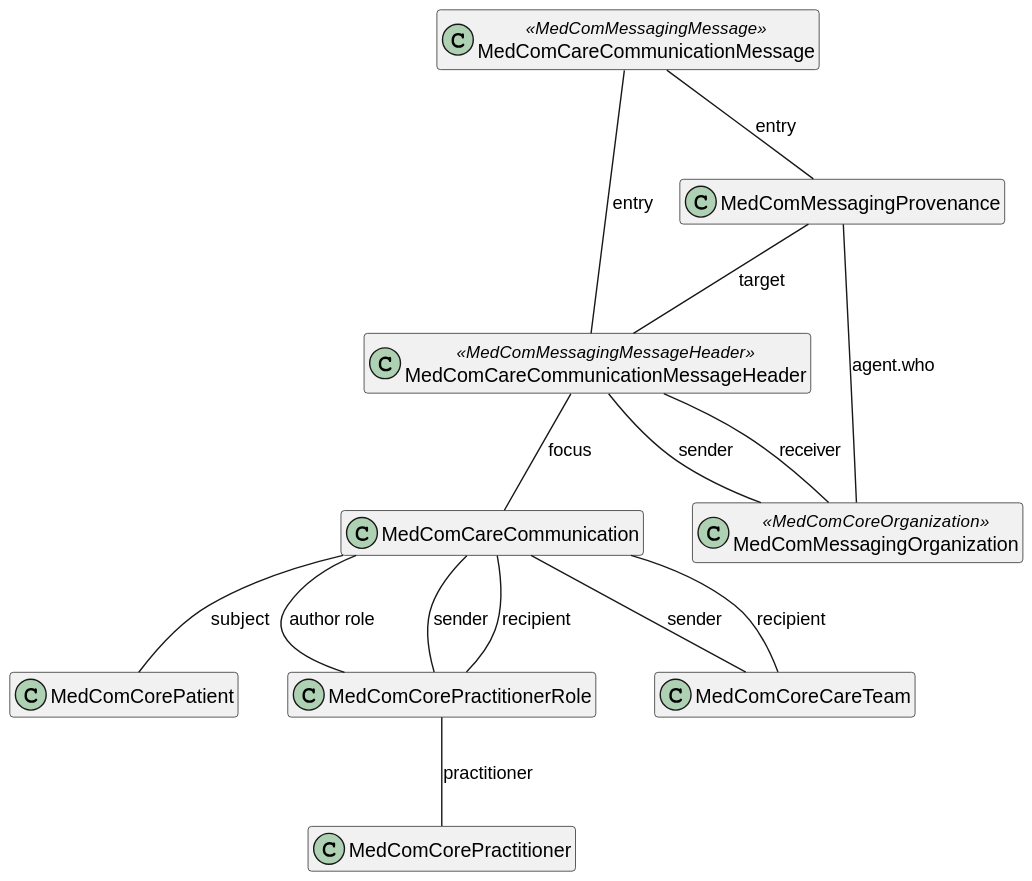
Earlier version of the PlantUML export input/images/carecommunication/CareCommunication.svg (medcomdk/dk-medcom-carecommunication).
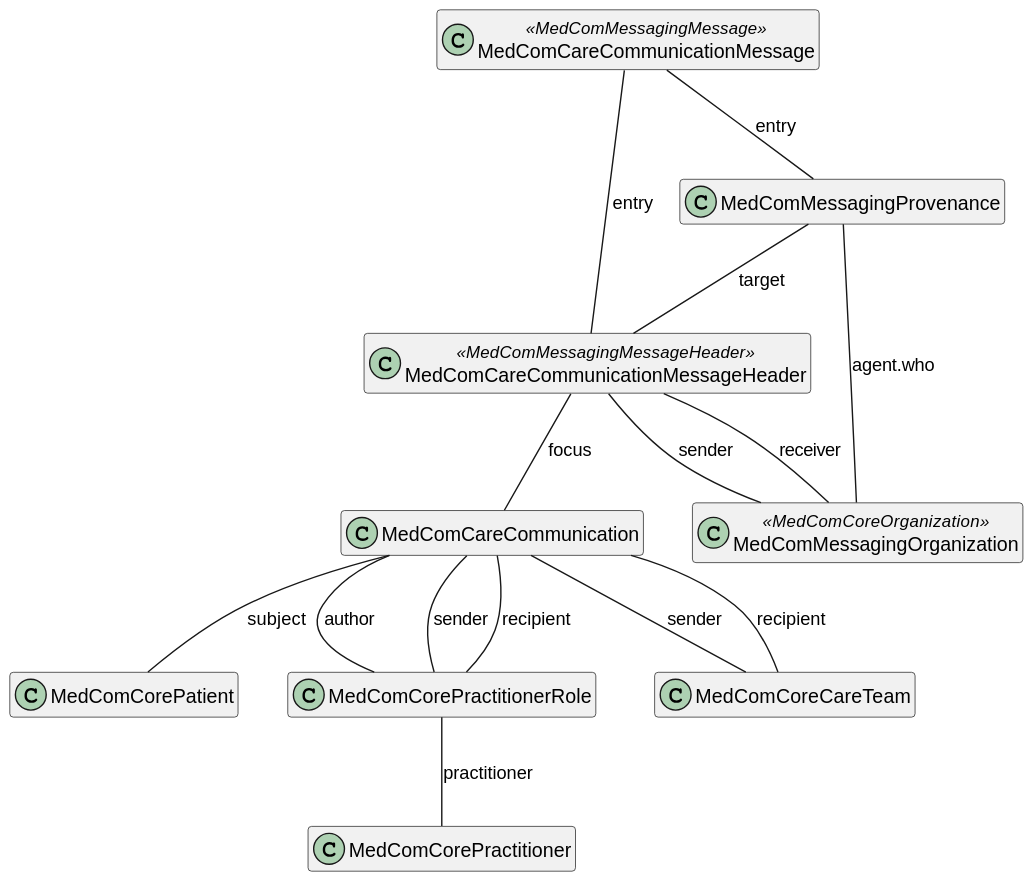
The same file after the commit.

Diff of the diagram source:
```diff
@@ -18,7 +18,7 @@
 message -- messageheader : "entry"
 messageheader -- communication : "focus"
 communication -- patient : "subject"
-communication -- pracRole : "author role"
+communication -- pracRole : "author"
 message -- provenance : "entry"
 provenance -- messageheader : "target"
 provenance -- messagingOrganization : "agent.who"
```
